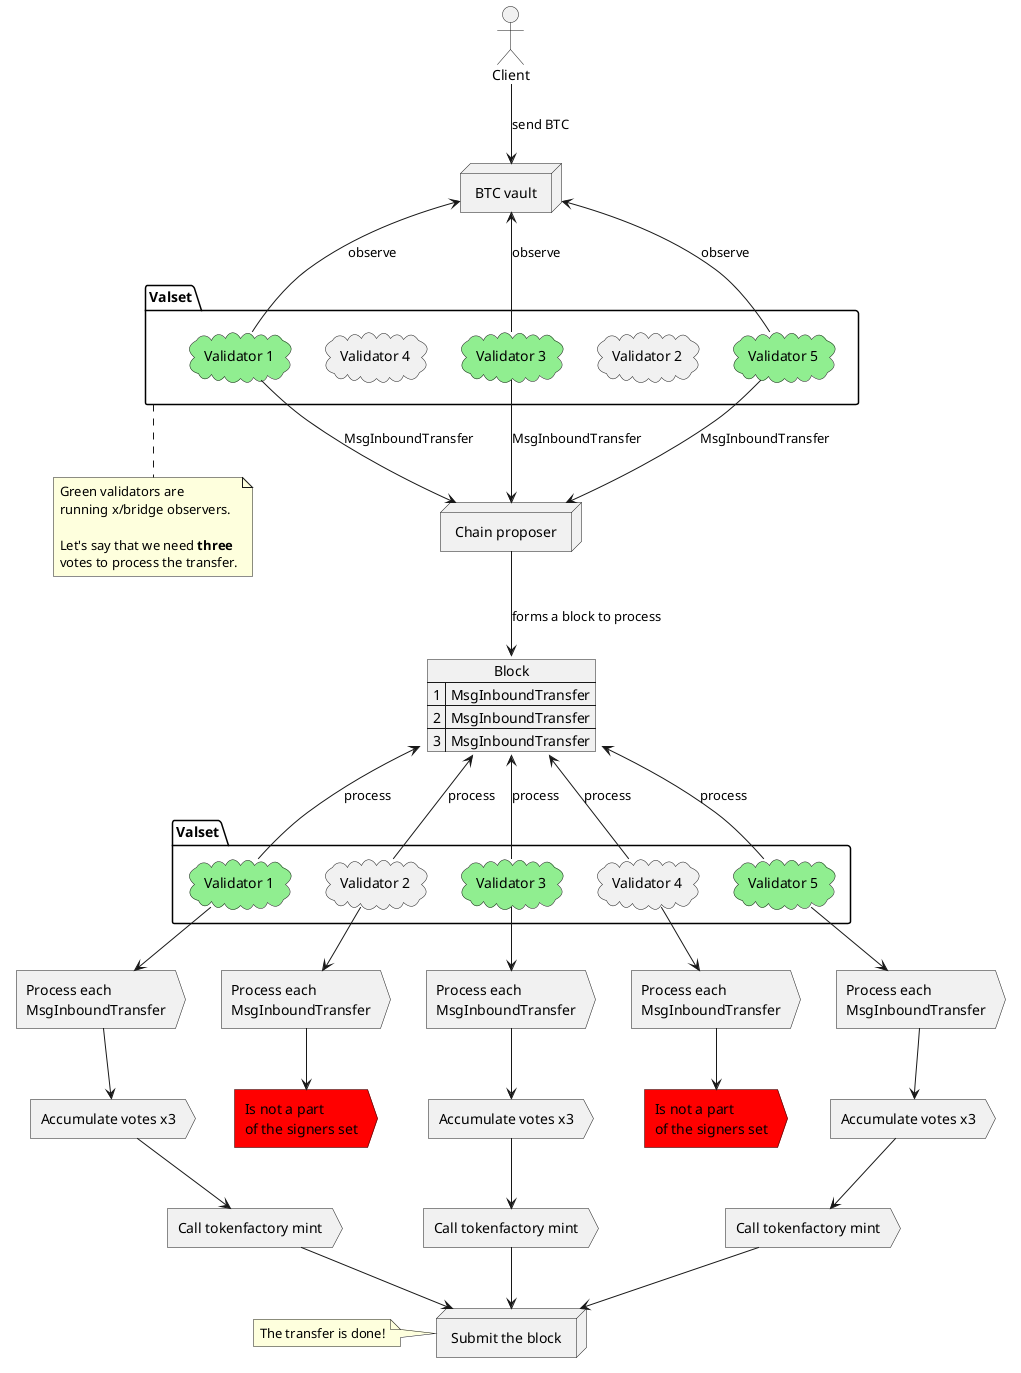
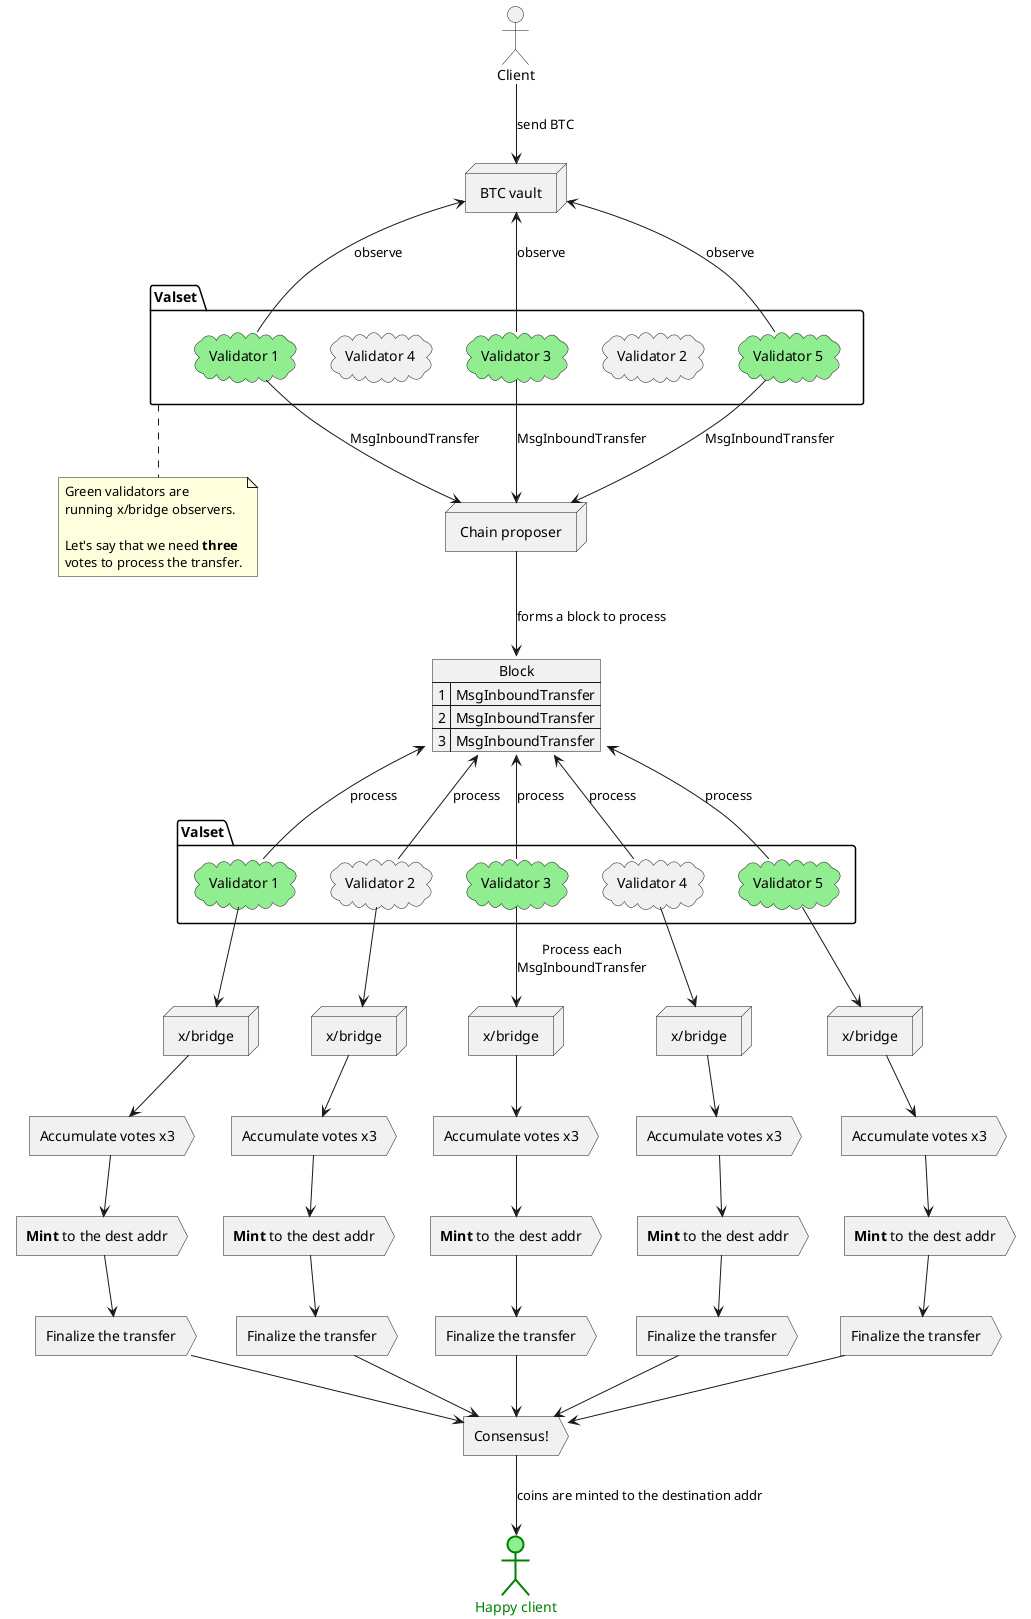
@startuml

actor "Client" as client
node "BTC vault" as vault

client --> vault : send BTC

folder "Valset" as valset1 {
    cloud "Validator 1" as val1 #lightgreen
    cloud "Validator 2" as val2
    cloud "Validator 3" as val3 #lightgreen
    cloud "Validator 4" as val4
    cloud "Validator 5" as val5 #lightgreen
}

note bottom of valset1
    Green validators are
    running x/bridge observers.

    Let's say that we need **three**
    votes to process the transfer.
end note

folder "Valset" as valset2 {
    cloud "Validator 1" as val1_2 #lightgreen
    cloud "Validator 2" as val2_2
    cloud "Validator 3" as val3_2 #lightgreen
    cloud "Validator 4" as val4_2
    cloud "Validator 5" as val5_2 #lightgreen
}

vault <-- val1 : observe
vault <-- val3 : observe
vault <-- val5 : observe

node "Chain proposer" as proposer

val1 --> proposer : MsgInboundTransfer
val3 --> proposer : MsgInboundTransfer
val5 --> proposer : MsgInboundTransfer

json Block {
   "1":"MsgInboundTransfer",
   "2":"MsgInboundTransfer",
   "3":"MsgInboundTransfer"
}

proposer --> Block : forms a block to process

Block <-- val1_2 : process
Block <-- val2_2 : process
Block <-- val3_2 : process
Block <-- val4_2 : process
Block <-- val5_2 : process

- action "Process each\nMsgInboundTransfer" as val1_act_1
- action "Process each\nMsgInboundTransfer" as val2_act_1
- action "Process each\nMsgInboundTransfer" as val3_act_1
- action "Process each\nMsgInboundTransfer" as val4_act_1
- action "Process each\nMsgInboundTransfer" as val5_act_1
+ node "x/bridge" as val1_act_1
+ node "x/bridge" as val2_act_1
+ node "x/bridge" as val3_act_1
+ node "x/bridge" as val4_act_1
+ node "x/bridge" as val5_act_1

val1_2 --> val1_act_1
val2_2 --> val2_act_1
- val3_2 --> val3_act_1
+ val3_2 --> val3_act_1 : Process each\nMsgInboundTransfer
val4_2 --> val4_act_1
val5_2 --> val5_act_1

action "Accumulate votes x3" as val1_act_2
- action "Is not a part\nof the signers set" as val2_act_2 #red
+ action "Accumulate votes x3" as val2_act_2
action "Accumulate votes x3" as val3_act_2
- action "Is not a part\nof the signers set" as val4_act_2 #red
+ action "Accumulate votes x3" as val4_act_2
action "Accumulate votes x3" as val5_act_2

val1_act_1 --> val1_act_2
val2_act_1 --> val2_act_2
val3_act_1 --> val3_act_2
val4_act_1 --> val4_act_2
val5_act_1 --> val5_act_2

- action "Call tokenfactory mint" as val1_act_3
- action "Call tokenfactory mint" as val3_act_3
- action "Call tokenfactory mint" as val5_act_3
+ action "**Mint** to the dest addr" as val1_act_3
+ action "**Mint** to the dest addr" as val2_act_3
+ action "**Mint** to the dest addr" as val3_act_3
+ action "**Mint** to the dest addr" as val4_act_3
+ action "**Mint** to the dest addr" as val5_act_3

val1_act_2 --> val1_act_3
+ val2_act_2 --> val2_act_3
val3_act_2 --> val3_act_3
+ val4_act_2 --> val4_act_3
val5_act_2 --> val5_act_3

- node "Submit the block" as consensus
+ action "Finalize the transfer" as val1_act_4
+ action "Finalize the transfer" as val2_act_4
+ action "Finalize the transfer" as val3_act_4
+ action "Finalize the transfer" as val4_act_4
+ action "Finalize the transfer" as val5_act_4

- val1_act_3 --> consensus
- val3_act_3 --> consensus
- val5_act_3 --> consensus
+ val1_act_3 --> val1_act_4
+ val2_act_3 --> val2_act_4
+ val3_act_3 --> val3_act_4
+ val4_act_3 --> val4_act_4
+ val5_act_3 --> val5_act_4

- note left of consensus
-     The transfer is done!
- end note
+ action "Consensus!" as consensus
+ 
+ val1_act_4 --> consensus
+ val2_act_4 --> consensus
+ val3_act_4 --> consensus
+ val4_act_4 --> consensus
+ val5_act_4 --> consensus
+ 
+ actor "Happy client" as client1 #lightgreen;line:green;line.bold;text:green
+ 
+ consensus --> client1  :coins are minted to the destination addr

@enduml
